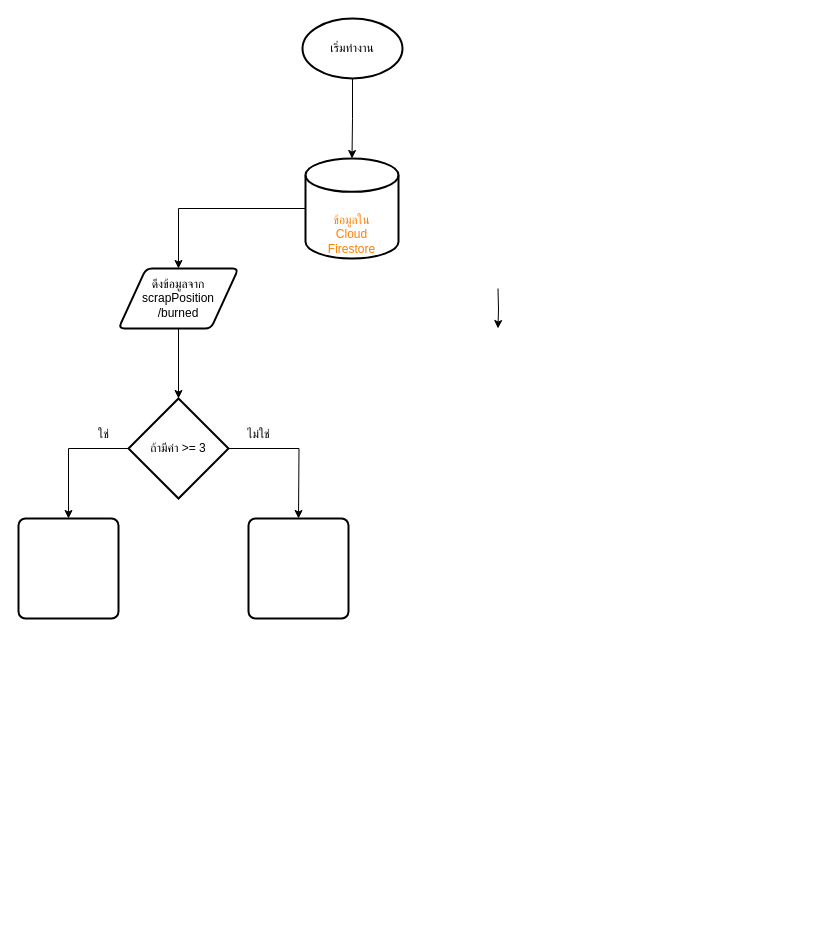
Above: Untitled Diagram.drawio in blykan/hello-world (draw.io), before the change. Source tidied: cells renumbered, new cells numbered last; positions are measured from the earlier drawing's top-left corner, leaving out a move shared by most shapes. Both pictures are drawn from the tidied source at 100%, with x=0, y=0 at pixel (18, 18).
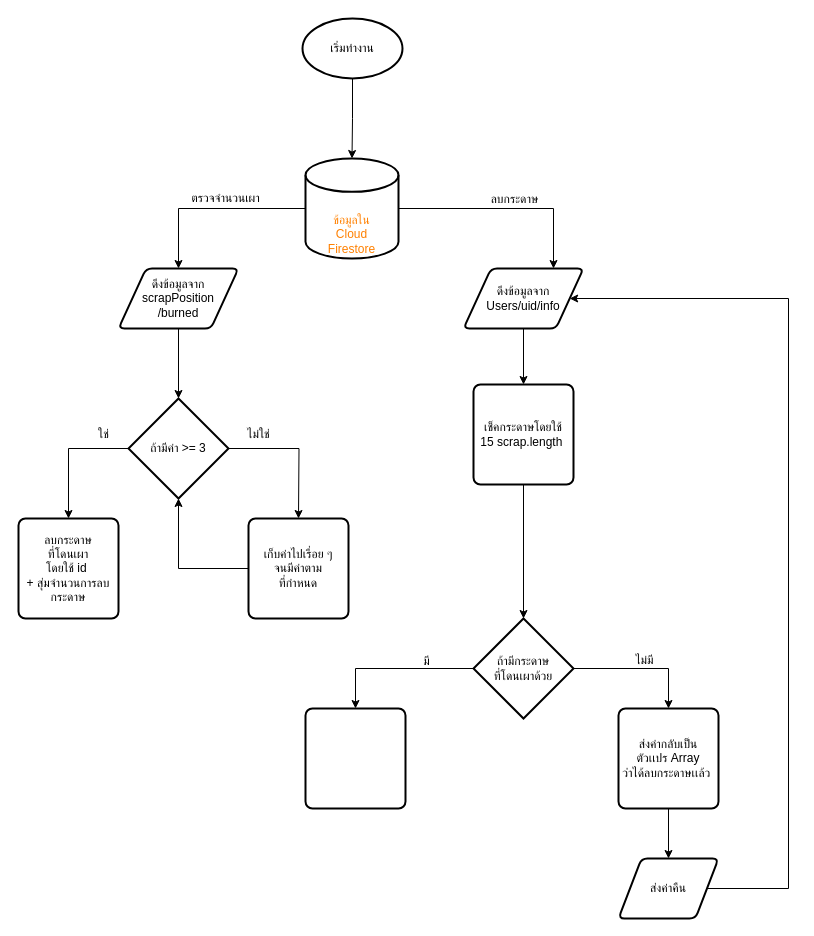
The same diagram, later.

The change refers to these unchanged cells:
```xml
<mxCell id="8" value="&lt;font face=&quot;Kanit&quot; color=&quot;#ff8000&quot;&gt;ข้อมูลใน&lt;br&gt;Cloud&lt;br&gt;Firestore&lt;br&gt;&lt;/font&gt;" style="strokeWidth=2;html=1;shape=mxgraph.flowchart.database;whiteSpace=wrap;verticalAlign=bottom;textDirection=ltr;horizontal=1;" parent="1" vertex="1">
  <mxGeometry x="287" y="140" width="93" height="100" as="geometry" />
</mxCell>
<mxCell id="11" value="ถ้ามีค่า &amp;gt;= 3" style="strokeWidth=2;html=1;shape=mxgraph.flowchart.decision;whiteSpace=wrap;fontFamily=Kanit;" parent="1" vertex="1">
  <mxGeometry x="110" y="380" width="100" height="100" as="geometry" />
</mxCell>
```

What changed in the source:
```diff
@@
-    <mxCell id="2" style="edgeStyle=orthogonalEdgeStyle;rounded=0;orthogonalLoop=1;jettySize=auto;html=1;" parent="1" edge="1">
-      <mxGeometry relative="1" as="geometry">
-        <mxPoint x="479.5" y="270" as="sourcePoint" />
-        <mxPoint x="479.5" y="310" as="targetPoint" />
-      </mxGeometry>
-    </mxCell>
@@
+    <mxCell id="16" style="edgeStyle=orthogonalEdgeStyle;rounded=0;jettySize=auto;html=1;exitX=1;exitY=0.5;exitDx=0;exitDy=0;exitPerimeter=0;entryX=0.75;entryY=0;entryDx=0;entryDy=0;fontFamily=Kanit;" parent="1" edge="1" source="8" target="19">
+      <mxGeometry relative="1" as="geometry" />
+    </mxCell>
@@
-    <mxCell id="12" style="rounded=1;whiteSpace=wrap;html=1;absoluteArcSize=1;arcSize=14;strokeWidth=2;fontFamily=Kanit;" parent="1" vertex="1">
+    <mxCell id="12" value="ลบกระดาษ&lt;br&gt;ที่โดนเผา&lt;br&gt;โดยใช้ id&amp;nbsp;&lt;br&gt;+ สุ่มจำนวนการลบกระดาษ" style="rounded=1;whiteSpace=wrap;html=1;absoluteArcSize=1;arcSize=14;strokeWidth=2;fontFamily=Kanit;" parent="1" vertex="1">
       <mxGeometry y="500" width="100" height="100" as="geometry" />
     </mxCell>
@@
+    <mxCell id="17" style="edgeStyle=orthogonalEdgeStyle;rounded=0;jettySize=auto;html=1;entryX=0.5;entryY=1;entryDx=0;entryDy=0;entryPerimeter=0;fontFamily=Kanit;" parent="1" edge="1" source="14" target="11">
+      <mxGeometry relative="1" as="geometry" />
+    </mxCell>
-    <mxCell id="14" style="rounded=1;whiteSpace=wrap;html=1;absoluteArcSize=1;arcSize=14;strokeWidth=2;fontFamily=Kanit;" parent="1" vertex="1">
+    <mxCell id="14" value="เก็บค่าไปเรื่อย ๆ&lt;br&gt;จนมีค่าตาม&lt;br&gt;ที่กำหนด" style="rounded=1;whiteSpace=wrap;html=1;absoluteArcSize=1;arcSize=14;strokeWidth=2;fontFamily=Kanit;" parent="1" vertex="1">
       <mxGeometry x="230" y="500" width="100" height="100" as="geometry" />
     </mxCell>
@@
+    <mxCell id="18" style="edgeStyle=orthogonalEdgeStyle;rounded=0;jettySize=auto;html=1;exitX=0.5;exitY=1;exitDx=0;exitDy=0;entryX=0.5;entryY=0;entryDx=0;entryDy=0;fontFamily=Kanit;" parent="1" edge="1" source="19" target="21">
+      <mxGeometry relative="1" as="geometry" />
+    </mxCell>
+    <mxCell id="19" value="&lt;font face=&quot;Kanit&quot;&gt;ดึงข้อมูลจาก&lt;br&gt;Users/uid/info&lt;br&gt;&lt;/font&gt;" style="shape=parallelogram;html=1;strokeWidth=2;perimeter=parallelogramPerimeter;whiteSpace=wrap;rounded=1;arcSize=12;size=0.23;" parent="1" vertex="1">
+      <mxGeometry x="445" y="250" width="120" height="60" as="geometry" />
+    </mxCell>
+    <mxCell id="20" style="edgeStyle=orthogonalEdgeStyle;rounded=0;jettySize=auto;html=1;exitX=0.5;exitY=1;exitDx=0;exitDy=0;entryX=0.5;entryY=0;entryDx=0;entryDy=0;entryPerimeter=0;fontFamily=Kanit;" parent="1" edge="1" source="21" target="24">
+      <mxGeometry relative="1" as="geometry" />
+    </mxCell>
+    <mxCell id="21" value="เช็คกระดาษโดยใช้&lt;br&gt;15 scrap.length&amp;nbsp;" style="rounded=1;whiteSpace=wrap;html=1;absoluteArcSize=1;arcSize=14;strokeWidth=2;fontFamily=Kanit;" parent="1" vertex="1">
+      <mxGeometry x="455" y="366" width="100" height="100" as="geometry" />
+    </mxCell>
+    <mxCell id="22" style="edgeStyle=orthogonalEdgeStyle;rounded=0;jettySize=auto;html=1;exitX=0;exitY=0.5;exitDx=0;exitDy=0;exitPerimeter=0;fontFamily=Kanit;entryX=0.5;entryY=0;entryDx=0;entryDy=0;" parent="1" edge="1" source="24" target="33">
+      <mxGeometry relative="1" as="geometry" />
+    </mxCell>
+    <mxCell id="23" style="edgeStyle=orthogonalEdgeStyle;rounded=0;jettySize=auto;html=1;exitX=1;exitY=0.5;exitDx=0;exitDy=0;exitPerimeter=0;entryX=0.5;entryY=0;entryDx=0;entryDy=0;fontFamily=Kanit;" parent="1" edge="1" source="24" target="30">
+      <mxGeometry relative="1" as="geometry" />
+    </mxCell>
+    <mxCell id="24" value="ถ้ามีกระดาษ&lt;br&gt;ที่โดนเผาด้วย" style="strokeWidth=2;html=1;shape=mxgraph.flowchart.decision;whiteSpace=wrap;fontFamily=Kanit;" parent="1" vertex="1">
+      <mxGeometry x="455" y="600" width="100" height="100" as="geometry" />
+    </mxCell>
+    <mxCell id="25" value="ตรวจจำนวนเผา" style="text;html=1;align=center;verticalAlign=middle;fontFamily=Kanit;" parent="1" vertex="1">
+      <mxGeometry x="162" y="170" width="90" height="20" as="geometry" />
+    </mxCell>
+    <mxCell id="26" value="ลบกระดาษ" style="text;html=1;align=center;verticalAlign=middle;fontFamily=Kanit;" parent="1" vertex="1">
+      <mxGeometry x="461" y="171" width="70" height="20" as="geometry" />
+    </mxCell>
+    <mxCell id="27" value="มี" style="text;html=1;align=center;verticalAlign=middle;fontFamily=Kanit;" parent="1" vertex="1">
+      <mxGeometry x="398" y="633" width="20" height="20" as="geometry" />
+    </mxCell>
+    <mxCell id="28" value="ไม่มี" style="text;html=1;align=center;verticalAlign=middle;fontFamily=Kanit;" parent="1" vertex="1">
+      <mxGeometry x="611" y="632" width="30" height="20" as="geometry" />
+    </mxCell>
+    <mxCell id="29" style="edgeStyle=orthogonalEdgeStyle;rounded=0;jettySize=auto;html=1;exitX=0.5;exitY=1;exitDx=0;exitDy=0;entryX=0.5;entryY=0;entryDx=0;entryDy=0;fontFamily=Kanit;" parent="1" edge="1" source="30" target="32">
+      <mxGeometry relative="1" as="geometry" />
+    </mxCell>
+    <mxCell id="30" value="ส่งค่ากลับเป็น&lt;br&gt;ตัวเเปร Array&lt;br&gt;ว่าได้ลบกระดาษเเล้ว&amp;nbsp;" style="rounded=1;whiteSpace=wrap;html=1;absoluteArcSize=1;arcSize=14;strokeWidth=2;fontFamily=Kanit;" parent="1" vertex="1">
+      <mxGeometry x="600" y="690" width="100" height="100" as="geometry" />
+    </mxCell>
+    <mxCell id="31" style="edgeStyle=orthogonalEdgeStyle;rounded=0;jettySize=auto;html=1;exitX=1;exitY=0.5;exitDx=0;exitDy=0;fontFamily=Kanit;entryX=1;entryY=0.5;entryDx=0;entryDy=0;" parent="1" edge="1" source="32" target="19">
+      <mxGeometry relative="1" as="geometry">
+        <Array as="points">
+          <mxPoint x="770" y="870" />
+          <mxPoint x="770" y="280" />
+        </Array>
+      </mxGeometry>
+    </mxCell>
+    <mxCell id="32" value="ส่งค่าคืน" style="shape=parallelogram;html=1;strokeWidth=2;perimeter=parallelogramPerimeter;whiteSpace=wrap;rounded=1;arcSize=12;size=0.23;fontFamily=Kanit;" parent="1" vertex="1">
+      <mxGeometry x="600" y="840" width="100" height="60" as="geometry" />
+    </mxCell>
+    <mxCell id="33" style="rounded=1;whiteSpace=wrap;html=1;absoluteArcSize=1;arcSize=14;strokeWidth=2;fontFamily=Kanit;" parent="1" vertex="1">
+      <mxGeometry x="287" y="690" width="100" height="100" as="geometry" />
+    </mxCell>
```
